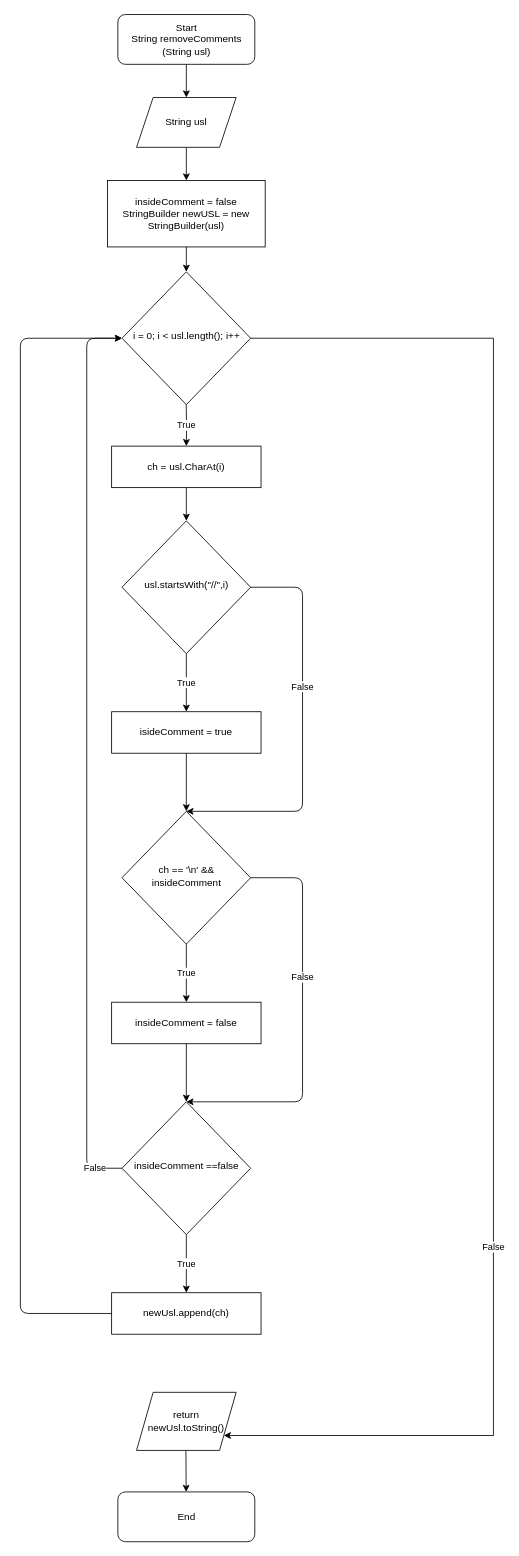
Above: Assignment_1/removeComments.drawio in HuberNicolas/swc-group38 (draw.io), before the change. Source tidied: cells renumbered, new cells numbered last; positions are measured from the earlier drawing's top-left corner, leaving out a move shared by most shapes. Both pictures are drawn from the tidied source at 83%, with x=0, y=0 at pixel (20, 14).
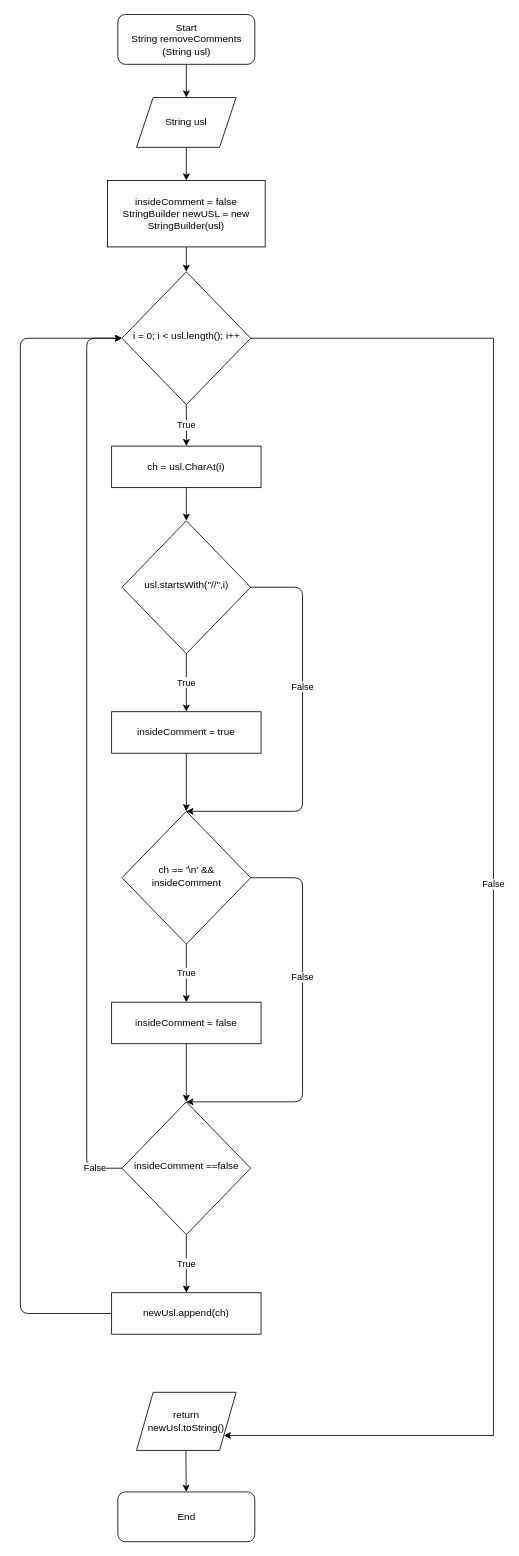
The same page after the edit.

Commit message (it also covers changes not shown here):
corrected flowchart for function 5 and 6

Unchanged cells that the change refers to:
```xml
<mxCell id="3" value="i = 0; i &amp;lt; usl.length(); i++" style="rhombus;whiteSpace=wrap;html=1;shadow=0;fontFamily=Helvetica;fontSize=12;align=center;strokeWidth=1;spacing=6;spacingTop=-4;" parent="1" vertex="1">
  <mxGeometry x="122.5" y="310" width="155" height="160" as="geometry" />
</mxCell>
<mxCell id="30" value="&lt;span&gt;return newUsl.toString()&lt;/span&gt;" style="shape=parallelogram;perimeter=parallelogramPerimeter;whiteSpace=wrap;html=1;fixedSize=1;" parent="1" vertex="1">
  <mxGeometry x="140" y="1660" width="120" height="70" as="geometry" />
</mxCell>
```

What changed in the source:
```diff
@@
     <mxCell id="9" value="False" style="edgeStyle=orthogonalEdgeStyle;rounded=0;jettySize=auto;exitX=1;exitY=0.5;exitDx=0;exitDy=0;labelBorderColor=none;shadow=0;html=1;" parent="1" edge="1" source="3" target="30">
-      <mxGeometry x="0.43" relative="1" as="geometry">
+      <mxGeometry x="-0.02" relative="1" as="geometry">
         <Array as="points">
           <mxPoint x="570" y="390" />
           <mxPoint x="570" y="1712" />
         </Array>
       </mxGeometry>
     </mxCell>
@@
-    <mxCell id="16" value="isideComment = true" style="rounded=0;whiteSpace=wrap;html=1;" parent="1" vertex="1">
+    <mxCell id="16" value="insideComment = true" style="rounded=0;whiteSpace=wrap;html=1;" parent="1" vertex="1">
       <mxGeometry x="110" y="840" width="180" height="50" as="geometry" />
     </mxCell>
```
